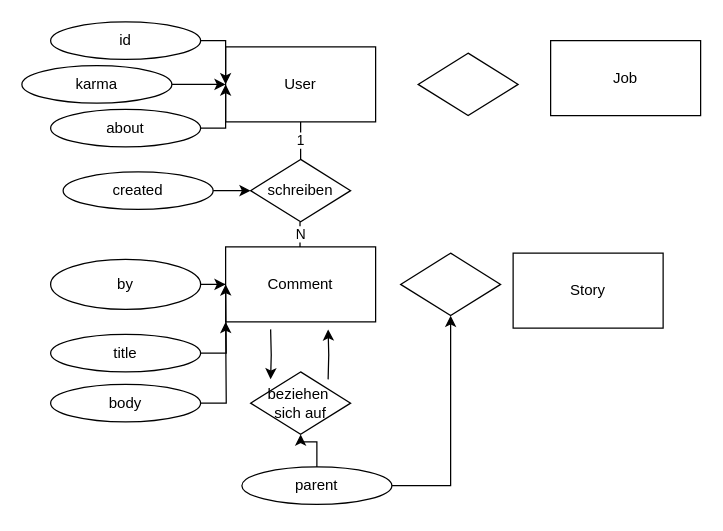
Above: aufgabe03/E-R-Diagramm.drawio in contraintuitiv/datenbanksysteme (draw.io), before the change. Source tidied: cells renumbered, new cells numbered last; positions are measured from the earlier drawing's top-left corner, leaving out a move shared by most shapes. Both pictures are drawn from the tidied source at 125%, with x=0, y=0 at pixel (21, 21).
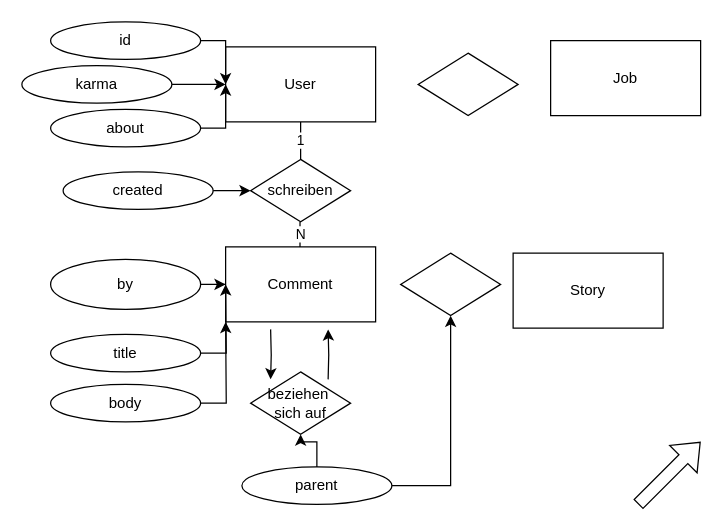
After the change.

Diff of the diagram source:
```diff
@@
+    <mxCell id="31" style="shape=flexArrow;endArrow=classic;html=1;rounded=0;" parent="1" edge="1">
+      <mxGeometry relative="1" as="geometry">
+        <mxPoint x="493" y="386" as="sourcePoint" />
+        <mxPoint x="543" y="336" as="targetPoint" />
+      </mxGeometry>
+    </mxCell>
```
